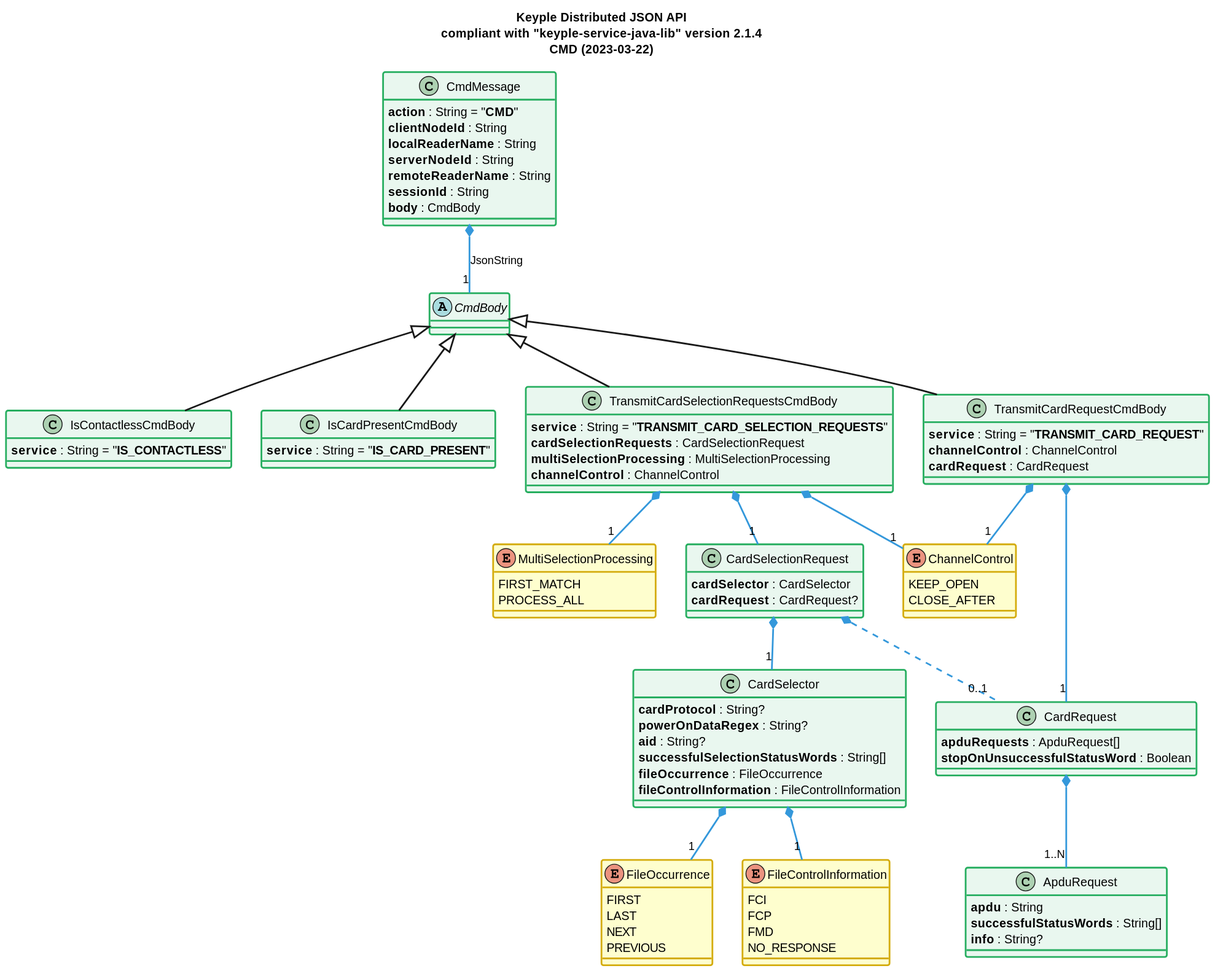
This is static/media/learn/user-guide/distributed-json-api/distributedJsonApi_classDiagram_cmd.svg from eclipse-keyple/keyple-website, a PlantUML export, as it was before one commit.
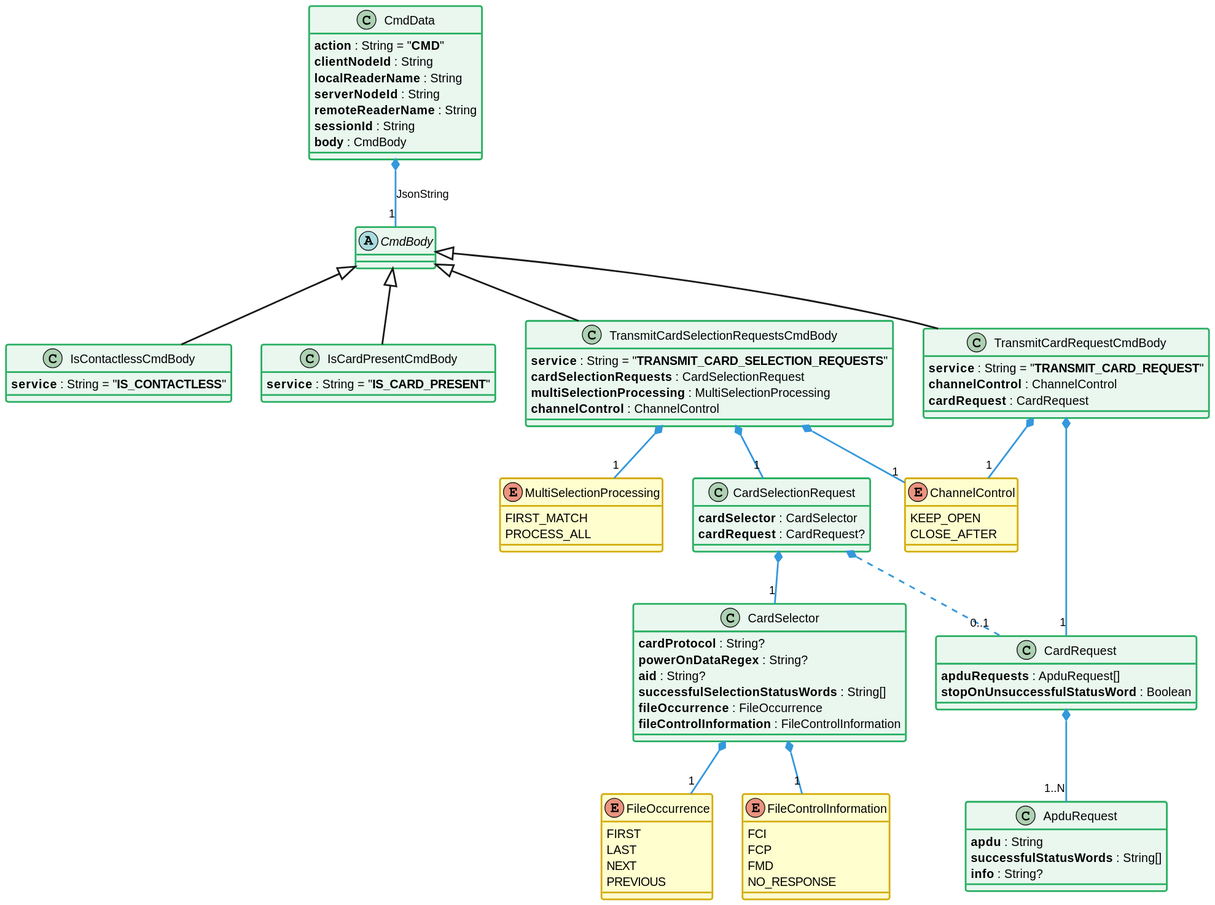
Later version of the same file.

What changed in the source:
```diff
@@ -1,9 +1,4 @@
 @startuml
-title
-    Keyple Distributed JSON API
-    compliant with "keyple-service-java-lib" version 2.1.4
-    CMD (2023-03-22)
-end title
 
 
 !define C_GREY1 F8F9F9
@@ -42,7 +37,7 @@
 hide <<grey>> stereotype
 
 
-class CmdMessage {
+class CmdData {
     **action** : String = "**CMD**"
     **clientNodeId** : String
     **localReaderName** : String
@@ -117,7 +112,7 @@
 }
 
 
-CmdMessage *-- "1" CmdBody #C_LINK : JsonString
+CmdData *-- "1" CmdBody #C_LINK : JsonString
 
 TransmitCardSelectionRequestsCmdBody *-- "1" CardSelectionRequest #C_LINK
 TransmitCardSelectionRequestsCmdBody *-- "1" MultiSelectionProcessing #C_LINK
@@ -136,7 +131,7 @@
 
 
 
-class CmdMessage <<green>>
+class CmdData <<green>>
 abstract class CmdBody <<green>>
 
 class TransmitCardSelectionRequestsCmdBody <<green>>
```
